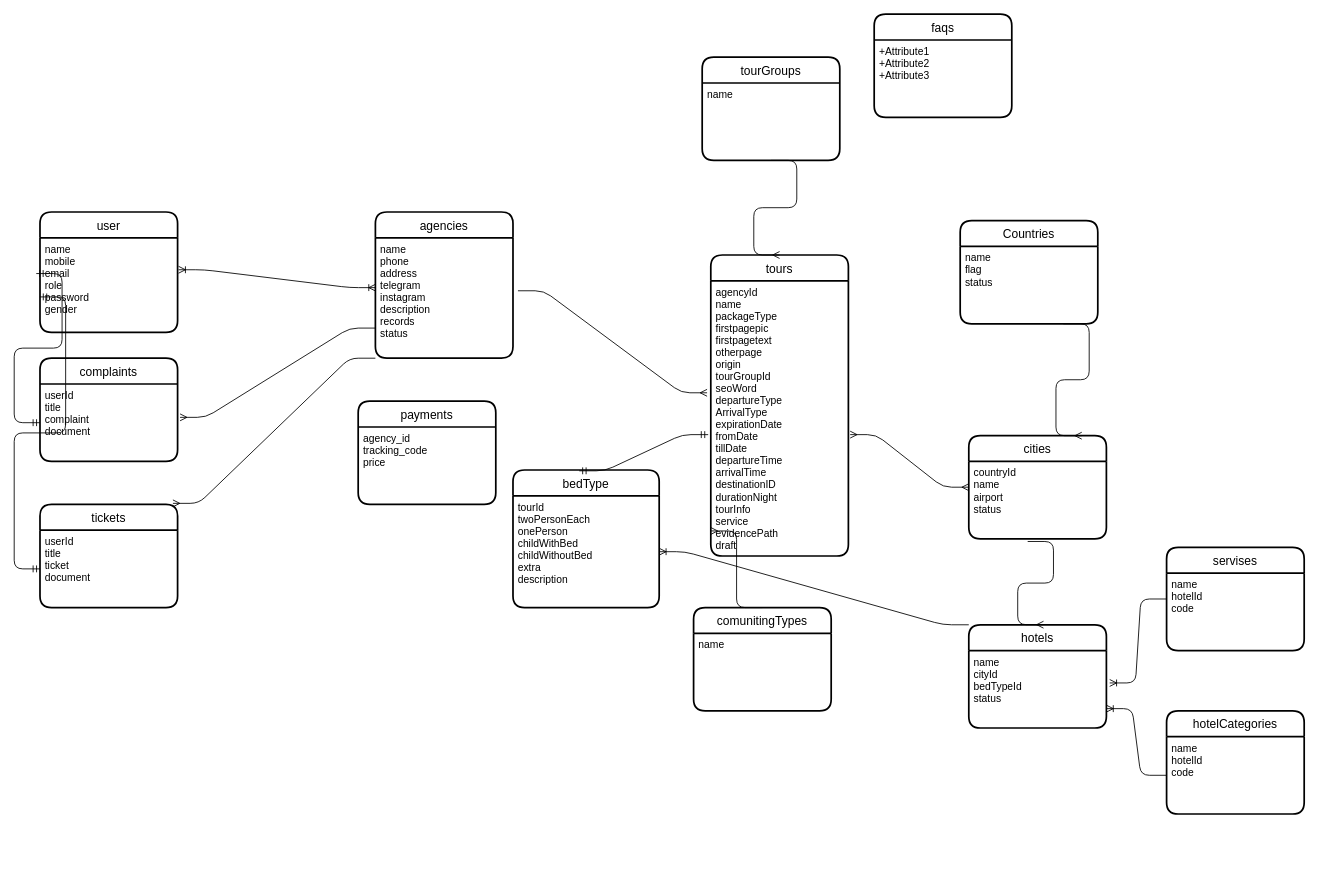
Earlier version of the draw.io diagram Untitled Diagram.drawio (hamedhsm73/gitProject). Source tidied: cells renumbered, new cells numbered last; positions are measured from the earlier drawing's top-left corner, leaving out a move shared by most shapes. Both pictures are drawn from the tidied source at 86%, with x=0, y=0 at pixel (40, 14).
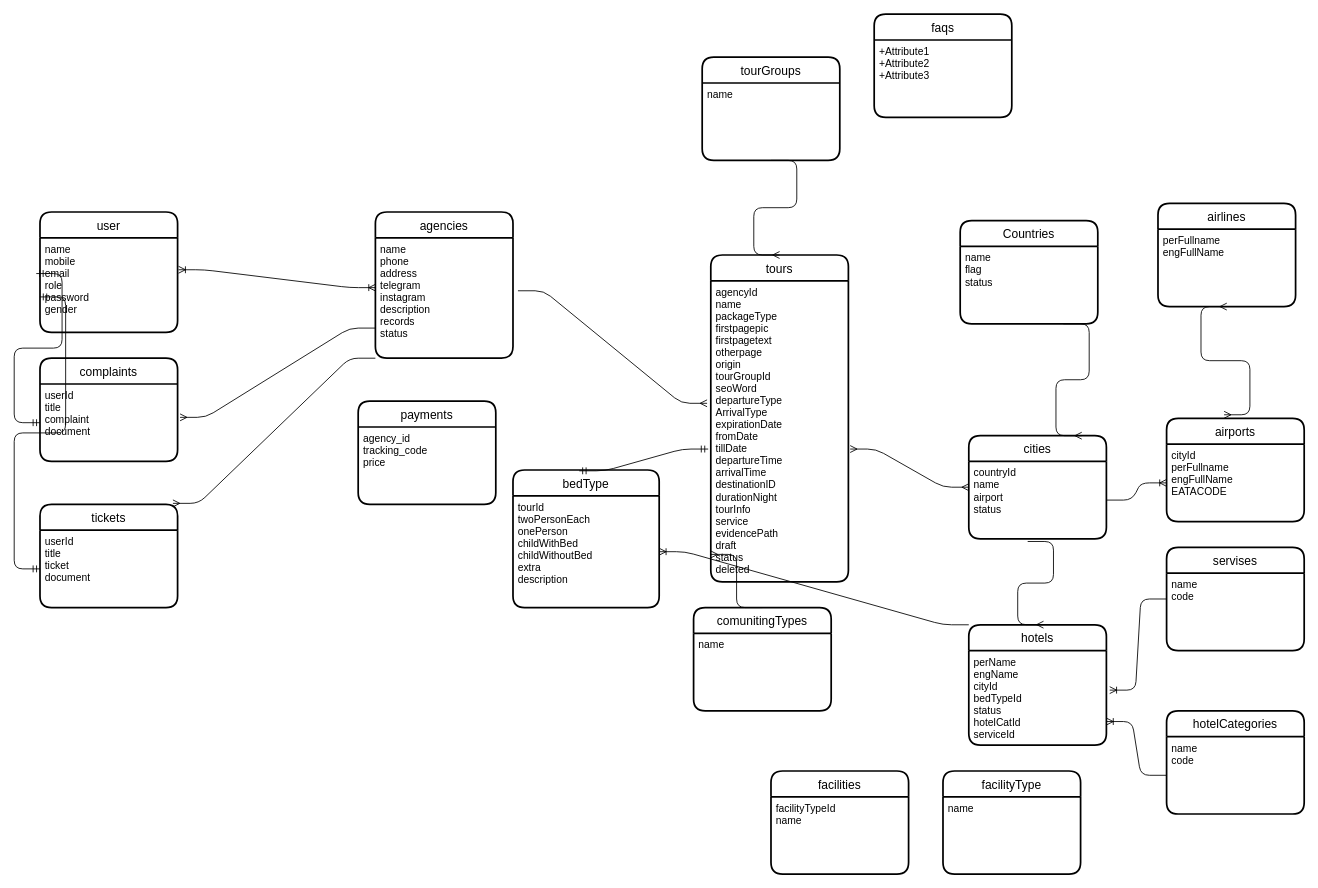
The same page after the edit.

Unchanged cells that the change refers to:
```xml
<mxCell id="22" value="countryId&#10;name&#10;airport&#10;status" style="align=left;strokeColor=none;fillColor=none;spacingLeft=4;fontSize=12;verticalAlign=top;" parent="21" vertex="1">
  <mxGeometry y="30" width="160" height="90" as="geometry" />
</mxCell>
<mxCell id="39" value="servises" style="swimlane;horizontal=1;startSize=30;rounded=1;fontSize=14;fontStyle=0;strokeWidth=2;shadow=0;dashed=0;align=center;" parent="1" vertex="1">
  <mxGeometry x="1310" y="620" width="160" height="120" as="geometry" />
</mxCell>
<mxCell id="41" value="hotelCategories" style="swimlane;horizontal=1;startSize=30;rounded=1;fontSize=14;fontStyle=0;strokeWidth=2;shadow=0;dashed=0;align=center;" parent="1" vertex="1">
  <mxGeometry x="1310" y="810" width="160" height="120" as="geometry" />
</mxCell>
```

Change to the diagram source:
```diff
@@
     <mxCell id="17" value="tours" style="swimlane;horizontal=1;startSize=30;rounded=1;fontSize=14;fontStyle=0;strokeWidth=2;shadow=0;dashed=0;align=center;" parent="1" vertex="1">
-      <mxGeometry x="780" y="280" width="160" height="350" as="geometry" />
+      <mxGeometry x="780" y="280" width="160" height="380" as="geometry" />
     </mxCell>
-    <mxCell id="18" value="agencyId&#10;name&#10;packageType&#10;firstpagepic&#10;firstpagetext&#10;otherpage&#10;origin&#10;tourGroupId&#10;seoWord&#10;departureType&#10;ArrivalType&#10;expirationDate&#10;fromDate&#10;tillDate&#10;departureTime&#10;arrivalTime&#10;destinationID&#10;durationNight&#10;tourInfo&#10;service&#10;evidencePath&#10;draft" style="align=left;strokeColor=none;fillColor=none;spacingLeft=4;fontSize=12;verticalAlign=top;" parent="17" vertex="1">
-      <mxGeometry y="30" width="160" height="320" as="geometry" />
+    <mxCell id="18" value="agencyId&#10;name&#10;packageType&#10;firstpagepic&#10;firstpagetext&#10;otherpage&#10;origin&#10;tourGroupId&#10;seoWord&#10;departureType&#10;ArrivalType&#10;expirationDate&#10;fromDate&#10;tillDate&#10;departureTime&#10;arrivalTime&#10;destinationID&#10;durationNight&#10;tourInfo&#10;service&#10;evidencePath&#10;draft&#10;status&#10;deleted&#10;" style="align=left;strokeColor=none;fillColor=none;spacingLeft=4;fontSize=12;verticalAlign=top;" parent="17" vertex="1">
+      <mxGeometry y="30" width="160" height="350" as="geometry" />
     </mxCell>
@@
     <mxCell id="35" value="hotels" style="swimlane;horizontal=1;startSize=30;rounded=1;fontSize=14;fontStyle=0;strokeWidth=2;shadow=0;dashed=0;align=center;" parent="1" vertex="1">
-      <mxGeometry x="1080" y="710" width="160" height="120" as="geometry" />
+      <mxGeometry x="1080" y="710" width="160" height="140" as="geometry" />
     </mxCell>
-    <mxCell id="36" value="name&#10;cityId&#10;bedTypeId&#10;status" style="align=left;strokeColor=none;fillColor=none;spacingLeft=4;fontSize=12;verticalAlign=top;" parent="35" vertex="1">
-      <mxGeometry y="30" width="160" height="90" as="geometry" />
+    <mxCell id="36" value="perName&#10;engName&#10;cityId&#10;bedTypeId&#10;status&#10;hotelCatId&#10;serviceId" style="align=left;strokeColor=none;fillColor=none;spacingLeft=4;fontSize=12;verticalAlign=top;" parent="35" vertex="1">
+      <mxGeometry y="30" width="160" height="110" as="geometry" />
     </mxCell>
@@
-    <mxCell id="40" value="name&#10;hotelId&#10;code" style="align=left;strokeColor=none;fillColor=none;spacingLeft=4;fontSize=12;verticalAlign=top;" parent="39" vertex="1">
+    <mxCell id="40" value="name&#10;code" style="align=left;strokeColor=none;fillColor=none;spacingLeft=4;fontSize=12;verticalAlign=top;" parent="39" vertex="1">
       <mxGeometry y="30" width="160" height="90" as="geometry" />
     </mxCell>
@@
-    <mxCell id="42" value="name&#10;hotelId&#10;code" style="align=left;strokeColor=none;fillColor=none;spacingLeft=4;fontSize=12;verticalAlign=top;" parent="41" vertex="1">
+    <mxCell id="42" value="name&#10;code" style="align=left;strokeColor=none;fillColor=none;spacingLeft=4;fontSize=12;verticalAlign=top;" parent="41" vertex="1">
       <mxGeometry y="30" width="160" height="90" as="geometry" />
     </mxCell>
@@
+    <mxCell id="47" value="airlines" style="swimlane;horizontal=1;startSize=30;rounded=1;fontSize=14;fontStyle=0;strokeWidth=2;shadow=0;dashed=0;align=center;" parent="1" vertex="1">
+      <mxGeometry x="1300" y="220" width="160" height="120" as="geometry" />
+    </mxCell>
+    <mxCell id="48" value="perFullname&#10;engFullName&#10;" style="align=left;strokeColor=none;fillColor=none;spacingLeft=4;fontSize=12;verticalAlign=top;" parent="47" vertex="1">
+      <mxGeometry y="30" width="160" height="90" as="geometry" />
+    </mxCell>
+    <mxCell id="49" value="airports" style="swimlane;horizontal=1;startSize=30;rounded=1;fontSize=14;fontStyle=0;strokeWidth=2;shadow=0;dashed=0;align=center;" parent="1" vertex="1">
+      <mxGeometry x="1310" y="470" width="160" height="120" as="geometry" />
+    </mxCell>
+    <mxCell id="50" value="cityId&#10;perFullname&#10;engFullName&#10;EATACODE" style="align=left;strokeColor=none;fillColor=none;spacingLeft=4;fontSize=12;verticalAlign=top;" parent="49" vertex="1">
+      <mxGeometry y="30" width="160" height="90" as="geometry" />
+    </mxCell>
+    <mxCell id="51" style="edgeStyle=entityRelationEdgeStyle;fontSize=12;html=1;endArrow=ERoneToMany;exitX=1;exitY=0.5;exitDx=0;exitDy=0;entryX=0;entryY=0.5;entryDx=0;entryDy=0;" parent="1" edge="1" source="22" target="50">
+      <mxGeometry relative="1" as="geometry" />
+    </mxCell>
+    <mxCell id="52" style="edgeStyle=entityRelationEdgeStyle;fontSize=12;html=1;endArrow=ERmany;startArrow=ERmany;entryX=0.5;entryY=1;entryDx=0;entryDy=0;exitX=0.418;exitY=-0.035;exitDx=0;exitDy=0;exitPerimeter=0;" parent="1" edge="1" source="49" target="48">
+      <mxGeometry relative="1" as="geometry" />
+    </mxCell>
+    <mxCell id="53" value="facilities" style="swimlane;horizontal=1;startSize=30;rounded=1;fontSize=14;fontStyle=0;strokeWidth=2;shadow=0;dashed=0;align=center;" parent="1" vertex="1">
+      <mxGeometry x="850" y="880" width="160" height="120" as="geometry" />
+    </mxCell>
+    <mxCell id="54" value="facilityTypeId&#10;name&#10;" style="align=left;strokeColor=none;fillColor=none;spacingLeft=4;fontSize=12;verticalAlign=top;" parent="53" vertex="1">
+      <mxGeometry y="30" width="160" height="90" as="geometry" />
+    </mxCell>
+    <mxCell id="55" value="facilityType" style="swimlane;horizontal=1;startSize=30;rounded=1;fontSize=14;fontStyle=0;strokeWidth=2;shadow=0;dashed=0;align=center;" parent="1" vertex="1">
+      <mxGeometry x="1050" y="880" width="160" height="120" as="geometry" />
+    </mxCell>
+    <mxCell id="56" value="name" style="align=left;strokeColor=none;fillColor=none;spacingLeft=4;fontSize=12;verticalAlign=top;" parent="55" vertex="1">
+      <mxGeometry y="30" width="160" height="90" as="geometry" />
+    </mxCell>
```
